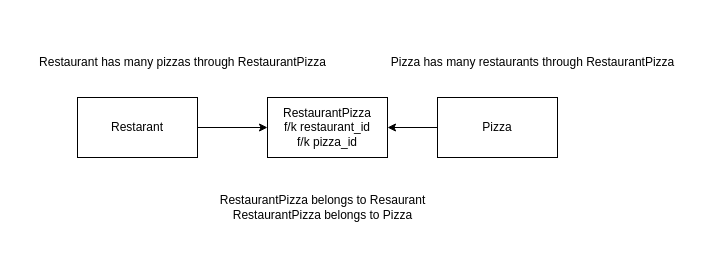
The draw.io diagram modelspizza.drawio in maneandmoon/python-phase-4-code-challenge-pizza, before the edit. Source tidied: cells renumbered, new cells numbered last; positions are measured from the earlier drawing's top-left corner, leaving out a move shared by most shapes. Both pictures are drawn from the tidied source at 100%, with x=0, y=0 at pixel (27, 47).
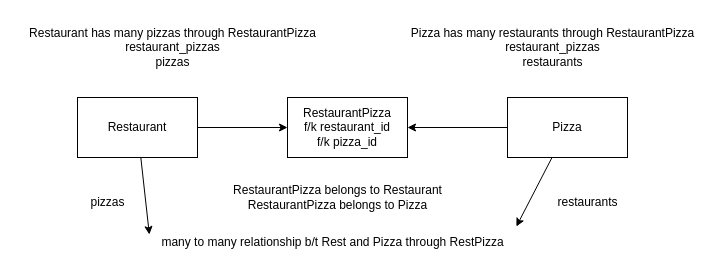
The same diagram, later.

The edit, as a diff of the source:
```diff
@@
 <mxGraphModel>
   <root>
     <mxCell id="0" />
     <mxCell id="1" parent="0" />
     <mxCell id="2" style="edgeStyle=none;html=1;" parent="1" edge="1" source="3" target="4">
       <mxGeometry relative="1" as="geometry" />
     </mxCell>
+    <mxCell id="10" style="edgeStyle=none;html=1;entryX=0.005;entryY=0.233;entryDx=0;entryDy=0;entryPerimeter=0;" parent="1" edge="1" source="3" target="12">
+      <mxGeometry relative="1" as="geometry" />
+    </mxCell>
-    <mxCell id="3" value="Restarant" style="whiteSpace=wrap;html=1;" parent="1" vertex="1">
+    <mxCell id="3" value="Restaurant" style="whiteSpace=wrap;html=1;" parent="1" vertex="1">
       <mxGeometry x="50" y="50" width="120" height="60" as="geometry" />
     </mxCell>
     <mxCell id="4" value="RestaurantPizza&lt;br&gt;f/k restaurant_id&lt;br&gt;f/k pizza_id" style="whiteSpace=wrap;html=1;" parent="1" vertex="1">
-      <mxGeometry x="240" y="50" width="120" height="60" as="geometry" />
+      <mxGeometry x="260" y="50" width="120" height="60" as="geometry" />
     </mxCell>
     <mxCell id="5" style="edgeStyle=none;html=1;" parent="1" edge="1" source="6" target="4">
       <mxGeometry relative="1" as="geometry" />
     </mxCell>
+    <mxCell id="11" style="edgeStyle=none;html=1;entryX=0.997;entryY=-0.033;entryDx=0;entryDy=0;entryPerimeter=0;" parent="1" edge="1" source="6" target="12">
+      <mxGeometry relative="1" as="geometry" />
+    </mxCell>
     <mxCell id="6" value="Pizza" style="whiteSpace=wrap;html=1;" parent="1" vertex="1">
-      <mxGeometry x="410" y="50" width="120" height="60" as="geometry" />
+      <mxGeometry x="480" y="50" width="120" height="60" as="geometry" />
     </mxCell>
-    <mxCell id="7" value="RestaurantPizza belongs to Resaurant&lt;br&gt;RestaurantPizza belongs to Pizza&lt;br&gt;" style="text;html=1;align=center;verticalAlign=middle;strokeColor=none;fillColor=none;" parent="1" vertex="1">
-      <mxGeometry x="180" y="140" width="230" height="40" as="geometry" />
+    <mxCell id="7" value="RestaurantPizza belongs to Restaurant&lt;br&gt;RestaurantPizza belongs to Pizza" style="text;html=1;align=center;verticalAlign=middle;strokeColor=none;fillColor=none;" parent="1" vertex="1">
+      <mxGeometry x="195" y="130" width="230" height="40" as="geometry" />
     </mxCell>
-    <mxCell id="8" value="Pizza has many restaurants through RestaurantPizza&lt;br&gt;" style="text;html=1;align=center;verticalAlign=middle;strokeColor=none;fillColor=none;" parent="1" vertex="1">
-      <mxGeometry x="350" width="310" height="30" as="geometry" />
+    <mxCell id="8" value="Pizza has many restaurants through RestaurantPizza&lt;br&gt;restaurant_pizzas&lt;br&gt;restaurants&lt;br&gt;" style="text;html=1;align=center;verticalAlign=middle;strokeColor=none;fillColor=none;" parent="1" vertex="1">
+      <mxGeometry x="370" y="-30" width="310" height="60" as="geometry" />
     </mxCell>
-    <mxCell id="9" value="Restaurant has many pizzas through RestaurantPizza" style="text;html=1;align=center;verticalAlign=middle;strokeColor=none;fillColor=none;" parent="1" vertex="1">
-      <mxGeometry width="310" height="30" as="geometry" />
+    <mxCell id="9" value="Restaurant has many pizzas through RestaurantPizza&lt;br&gt;restaurant_pizzas&lt;br&gt;pizzas&lt;br&gt;" style="text;html=1;align=center;verticalAlign=middle;strokeColor=none;fillColor=none;rotation=0;" parent="1" vertex="1">
+      <mxGeometry x="-10" y="-30" width="310" height="60" as="geometry" />
     </mxCell>
+    <mxCell id="12" value="many to many relationship b/t Rest and Pizza through RestPizza&lt;br&gt;" style="text;html=1;align=center;verticalAlign=middle;points=[];strokeColor=none;fillColor=none;rotation=0;" parent="1" vertex="1">
+      <mxGeometry x="120" y="180" width="370" height="30" as="geometry" />
+    </mxCell>
+    <mxCell id="13" value="restaurants" style="text;html=1;align=center;verticalAlign=middle;strokeColor=none;fillColor=none;" parent="1" vertex="1">
+      <mxGeometry x="520" y="140" width="80" height="30" as="geometry" />
+    </mxCell>
+    <mxCell id="14" value="pizzas" style="text;html=1;align=center;verticalAlign=middle;strokeColor=none;fillColor=none;" parent="1" vertex="1">
+      <mxGeometry x="50" y="140" width="60" height="30" as="geometry" />
+    </mxCell>
   </root>
 </mxGraphModel>
```
